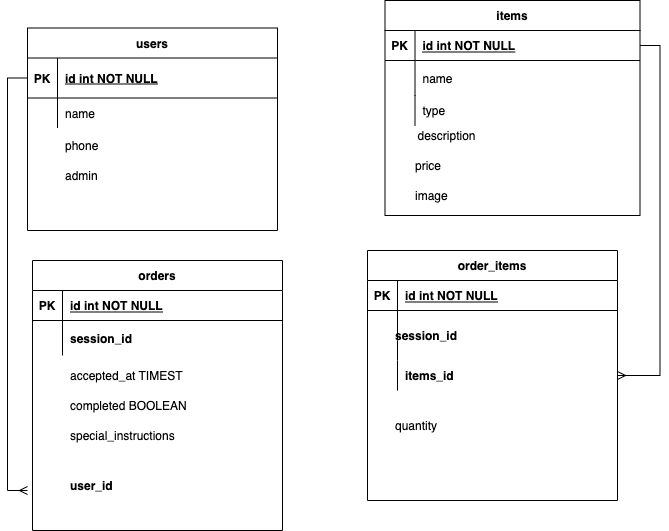
Earlier version of the draw.io export feedme_erd_V.png (nikaffa/FeedMe). Source tidied: cells renumbered, new cells last; positions are measured from the earlier drawing's top-left corner, leaving out a move shared by most shapes.
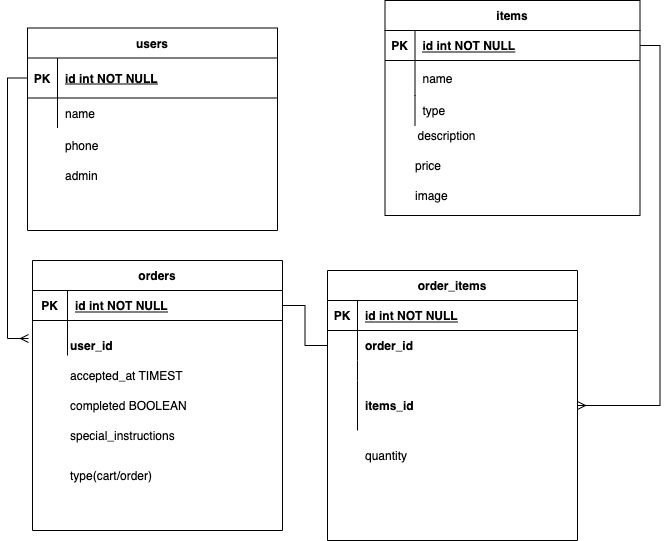
The same diagram one commit later.

Commit message:
feedme_erd_V, db, db_seeds  modified, 01_queries deleted

Change to the diagram source:
```diff
@@ -81,7 +81,7 @@
       <mxGeometry x="50" y="160" width="220" height="30" as="geometry" />
     </mxCell>
     <mxCell id="28" value="order_items" style="shape=table;startSize=30;rowLines=0;fontStyle=1;align=center;" parent="1" vertex="1">
-      <mxGeometry x="350" y="260" width="250" height="250" as="geometry" />
+      <mxGeometry x="320" y="270" width="250" height="270" as="geometry" />
     </mxCell>
     <mxCell id="29" style="shape=partialRectangle;fillColor=none;points=[[0,0.5],[1,0.5]];portConstraint=eastwest;top=0;left=0;right=0;bottom=1;" parent="28" vertex="1">
       <mxGeometry y="30" width="250" height="30" as="geometry" />
@@ -98,7 +98,7 @@
     <mxCell id="33" style="shape=partialRectangle;overflow=hidden;fillColor=none;top=0;left=0;bottom=0;right=0;" parent="32" vertex="1">
       <mxGeometry width="30" height="30" as="geometry" />
     </mxCell>
-    <mxCell id="34" style="shape=partialRectangle;overflow=hidden;fillColor=none;top=0;left=0;bottom=0;right=0;align=left;spacingLeft=6;fontStyle=1;" parent="32" vertex="1">
+    <mxCell id="34" value="order_id" style="shape=partialRectangle;overflow=hidden;fillColor=none;top=0;left=0;bottom=0;right=0;align=left;spacingLeft=6;fontStyle=1;" parent="32" vertex="1">
       <mxGeometry x="30" width="220" height="30" as="geometry" />
     </mxCell>
     <mxCell id="35" style="shape=partialRectangle;fillColor=none;top=0;left=0;right=0;bottom=0;" parent="28" vertex="1">
@@ -114,13 +114,13 @@
       <mxGeometry relative="1" as="geometry" />
     </mxCell>
     <mxCell id="39" style="shape=partialRectangle;fillColor=none;points=[[0,0.5],[1,0.5]];portConstraint=eastwest;top=0;left=0;right=0;bottom=0;" parent="28" vertex="1">
-      <mxGeometry y="110" width="250" height="30" as="geometry" />
+      <mxGeometry y="110" width="250" height="50" as="geometry" />
     </mxCell>
     <mxCell id="40" style="shape=partialRectangle;overflow=hidden;fillColor=none;top=0;left=0;bottom=0;right=0;" parent="39" vertex="1">
-      <mxGeometry width="30" height="30" as="geometry" />
+      <mxGeometry width="30" height="50" as="geometry" />
     </mxCell>
     <mxCell id="41" value="items_id" style="shape=partialRectangle;overflow=hidden;fillColor=none;top=0;left=0;bottom=0;right=0;align=left;spacingLeft=6;fontStyle=1;" parent="39" vertex="1">
-      <mxGeometry x="30" width="220" height="30" as="geometry" />
+      <mxGeometry x="30" width="220" height="50" as="geometry" />
     </mxCell>
     <mxCell id="42" value="orders" style="shape=table;startSize=30;rowLines=0;fontStyle=1;align=center;" parent="1" vertex="1">
       <mxGeometry x="25" y="260" width="250" height="270" as="geometry" />
@@ -129,26 +129,23 @@
       <mxGeometry y="30" width="250" height="30" as="geometry" />
     </mxCell>
     <mxCell id="44" value="PK" style="shape=partialRectangle;overflow=hidden;fillColor=none;top=0;left=0;bottom=0;right=0;fontStyle=1;" parent="43" vertex="1">
-      <mxGeometry width="30" height="30" as="geometry" />
+      <mxGeometry width="35" height="30" as="geometry" />
     </mxCell>
     <mxCell id="45" value="id int NOT NULL " style="shape=partialRectangle;overflow=hidden;fillColor=none;top=0;left=0;bottom=0;right=0;align=left;spacingLeft=6;fontStyle=5;" parent="43" vertex="1">
-      <mxGeometry x="30" width="220" height="30" as="geometry" />
+      <mxGeometry x="35" width="215" height="30" as="geometry" />
     </mxCell>
     <mxCell id="46" style="shape=partialRectangle;fillColor=none;top=0;left=0;right=0;bottom=0;" parent="42" vertex="1">
       <mxGeometry y="60" width="250" height="35" as="geometry" />
     </mxCell>
     <mxCell id="47" style="shape=partialRectangle;overflow=hidden;fillColor=none;top=0;left=0;bottom=0;right=0;" parent="46" vertex="1">
-      <mxGeometry width="30" height="35" as="geometry" />
+      <mxGeometry width="35" height="35" as="geometry" />
     </mxCell>
-    <mxCell id="48" value="session_id" style="shape=partialRectangle;overflow=hidden;fillColor=none;top=0;left=0;bottom=0;right=0;align=left;spacingLeft=6;fontStyle=1;" parent="46" vertex="1">
-      <mxGeometry x="30" width="220" height="35" as="geometry" />
+    <mxCell id="48" style="shape=partialRectangle;overflow=hidden;fillColor=none;top=0;left=0;bottom=0;right=0;align=left;spacingLeft=6;fontStyle=1;" parent="46" vertex="1">
+      <mxGeometry x="35" width="215" height="35" as="geometry" />
     </mxCell>
     <mxCell id="49" style="edgeStyle=orthogonalEdgeStyle;rounded=0;orthogonalLoop=1;jettySize=auto;html=1;exitX=1;exitY=0.5;exitDx=0;exitDy=0;" parent="42" edge="1" source="43" target="43">
       <mxGeometry relative="1" as="geometry" />
     </mxCell>
-    <mxCell id="50" value="session_id" style="shape=partialRectangle;overflow=hidden;fillColor=none;top=0;left=0;bottom=0;right=0;align=left;spacingLeft=6;fontStyle=1;" parent="1" vertex="1">
-      <mxGeometry x="380" y="320" width="220" height="30" as="geometry" />
-    </mxCell>
     <mxCell id="51" value="phone" style="shape=partialRectangle;overflow=hidden;fillColor=none;top=0;left=0;bottom=0;right=0;align=left;spacingLeft=6;" parent="1" vertex="1">
       <mxGeometry x="50" y="130" width="220" height="30" as="geometry" />
     </mxCell>
@@ -156,22 +153,29 @@
       <mxGeometry x="402.5" y="120" width="225" height="30" as="geometry" />
     </mxCell>
     <mxCell id="53" value="user_id" style="shape=partialRectangle;overflow=hidden;fillColor=none;top=0;left=0;bottom=0;right=0;align=left;spacingLeft=6;fontStyle=1;" parent="1" vertex="1">
-      <mxGeometry x="55" y="470" width="220" height="30" as="geometry" />
+      <mxGeometry x="55" y="330" width="220" height="30" as="geometry" />
     </mxCell>
     <mxCell id="54" style="edgeStyle=orthogonalEdgeStyle;rounded=0;jettySize=auto;html=1;exitX=0;exitY=0.5;exitDx=0;exitDy=0;startArrow=none;startFill=0;endArrow=ERmany;endFill=0;" parent="1" edge="1" source="14">
       <mxGeometry relative="1" as="geometry">
-        <mxPoint x="20" y="490" as="targetPoint" />
+        <mxPoint x="21" y="338" as="targetPoint" />
         <Array as="points">
           <mxPoint y="78" />
-          <mxPoint y="490" />
+          <mxPoint y="338" />
+          <mxPoint x="21" y="338" />
         </Array>
       </mxGeometry>
     </mxCell>
     <mxCell id="55" value="quantity" style="shape=partialRectangle;overflow=hidden;fillColor=none;top=0;left=0;bottom=0;right=0;align=left;spacingLeft=6;fontStyle=0;" parent="1" vertex="1">
-      <mxGeometry x="380" y="410" width="220" height="30" as="geometry" />
+      <mxGeometry x="350" y="440" width="220" height="30" as="geometry" />
     </mxCell>
     <mxCell id="56" style="edgeStyle=orthogonalEdgeStyle;rounded=0;jettySize=auto;html=1;exitX=1;exitY=0.5;exitDx=0;exitDy=0;entryX=1;entryY=0.5;entryDx=0;entryDy=0;startArrow=none;startFill=0;endArrow=ERmany;endFill=0;" parent="1" edge="1" source="3" target="39">
       <mxGeometry relative="1" as="geometry" />
     </mxCell>
+    <mxCell id="57" value="type(cart/order)" style="shape=partialRectangle;overflow=hidden;fillColor=none;top=0;left=0;bottom=0;right=0;align=left;spacingLeft=6;" parent="1" vertex="1">
+      <mxGeometry x="55" y="460" width="220" height="30" as="geometry" />
+    </mxCell>
+    <mxCell id="58" style="edgeStyle=orthogonalEdgeStyle;rounded=0;jettySize=auto;html=1;startArrow=none;startFill=0;endArrow=none;endFill=0;exitX=1;exitY=0.5;exitDx=0;exitDy=0;entryX=0;entryY=0.5;entryDx=0;entryDy=0;" parent="1" edge="1" source="43" target="32">
+      <mxGeometry relative="1" as="geometry" />
+    </mxCell>
   </root>
 </mxGraphModel>
```
